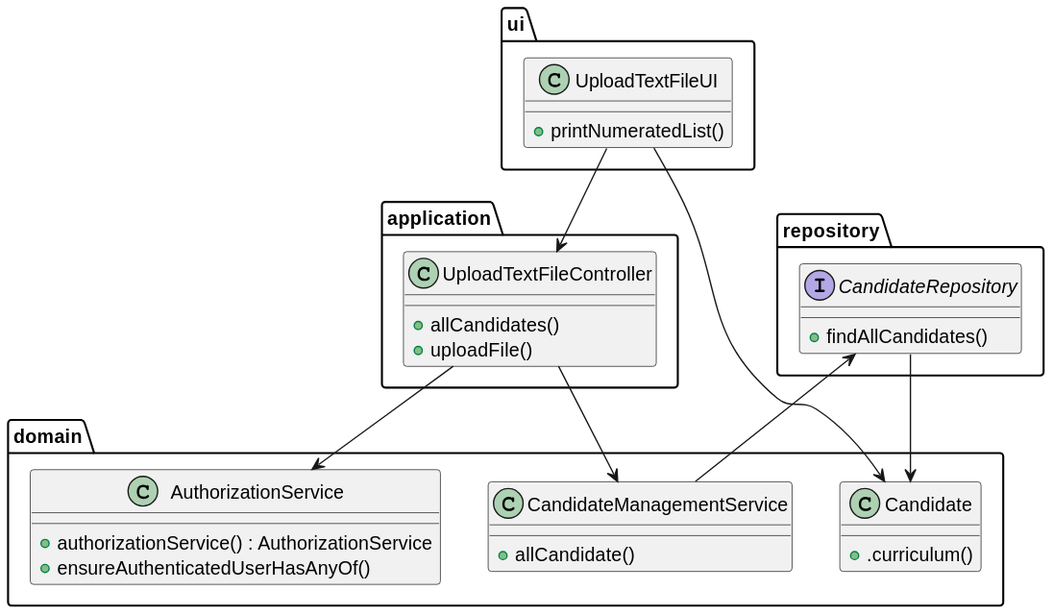
Above: docs/sprintC/2004/svg/2004-class-diagram.svg in marcoferreira37/Lapr4 (PlantUML), before the change.
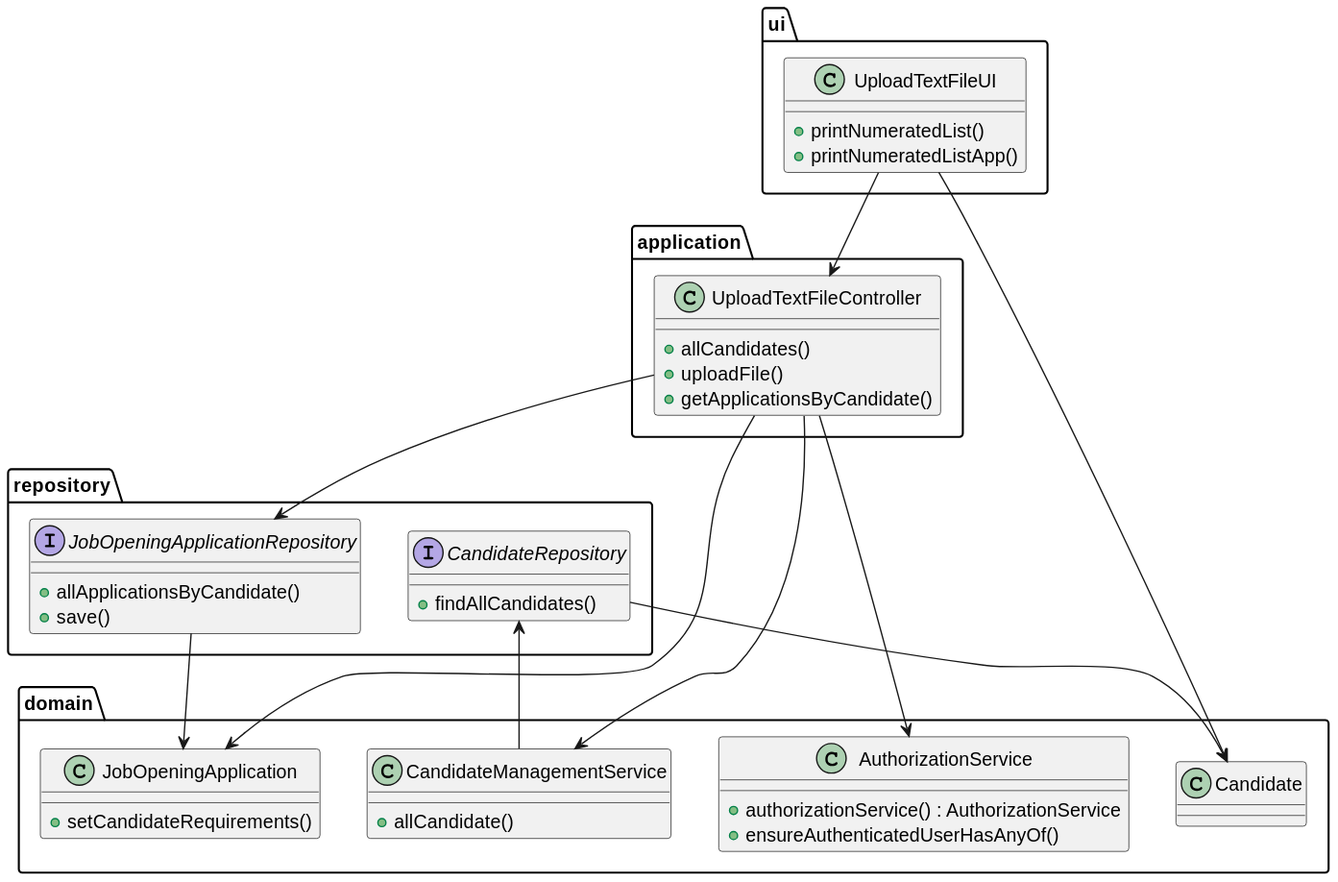
Later version of the same file.

Change to the diagram source:
```diff
@@ -2,6 +2,7 @@
 package ui {
         class UploadTextFileUI {
             +printNumeratedList()
+            +printNumeratedListApp()
         }
     }
 
@@ -12,6 +13,7 @@
         class UploadTextFileController {
             +allCandidates()
             +uploadFile()
+            +getApplicationsByCandidate()
         }
     }
 
@@ -19,6 +21,11 @@
 
         interface CandidateRepository{
             +findAllCandidates()
+        }
+
+        interface JobOpeningApplicationRepository{
+            +allApplicationsByCandidate()
+            +save()
         }
     }
 
@@ -28,13 +35,15 @@
             +authorizationService() : AuthorizationService
             +ensureAuthenticatedUserHasAnyOf()
         }
+        class JobOpeningApplication{
+            +setCandidateRequirements()
+        }
 
         class CandidateManagementService{
             +allCandidate()
         }
 
         class Candidate {
-            +.curriculum()
         }
     }
 
@@ -42,6 +51,9 @@
 UploadTextFileUI --> Candidate
 UploadTextFileController --> AuthorizationService
 UploadTextFileController --> CandidateManagementService
+UploadTextFileController --> JobOpeningApplicationRepository
+UploadTextFileController --> JobOpeningApplication
 CandidateManagementService --> CandidateRepository
 CandidateRepository --> Candidate
+JobOpeningApplicationRepository --> JobOpeningApplication
 @enduml
```
